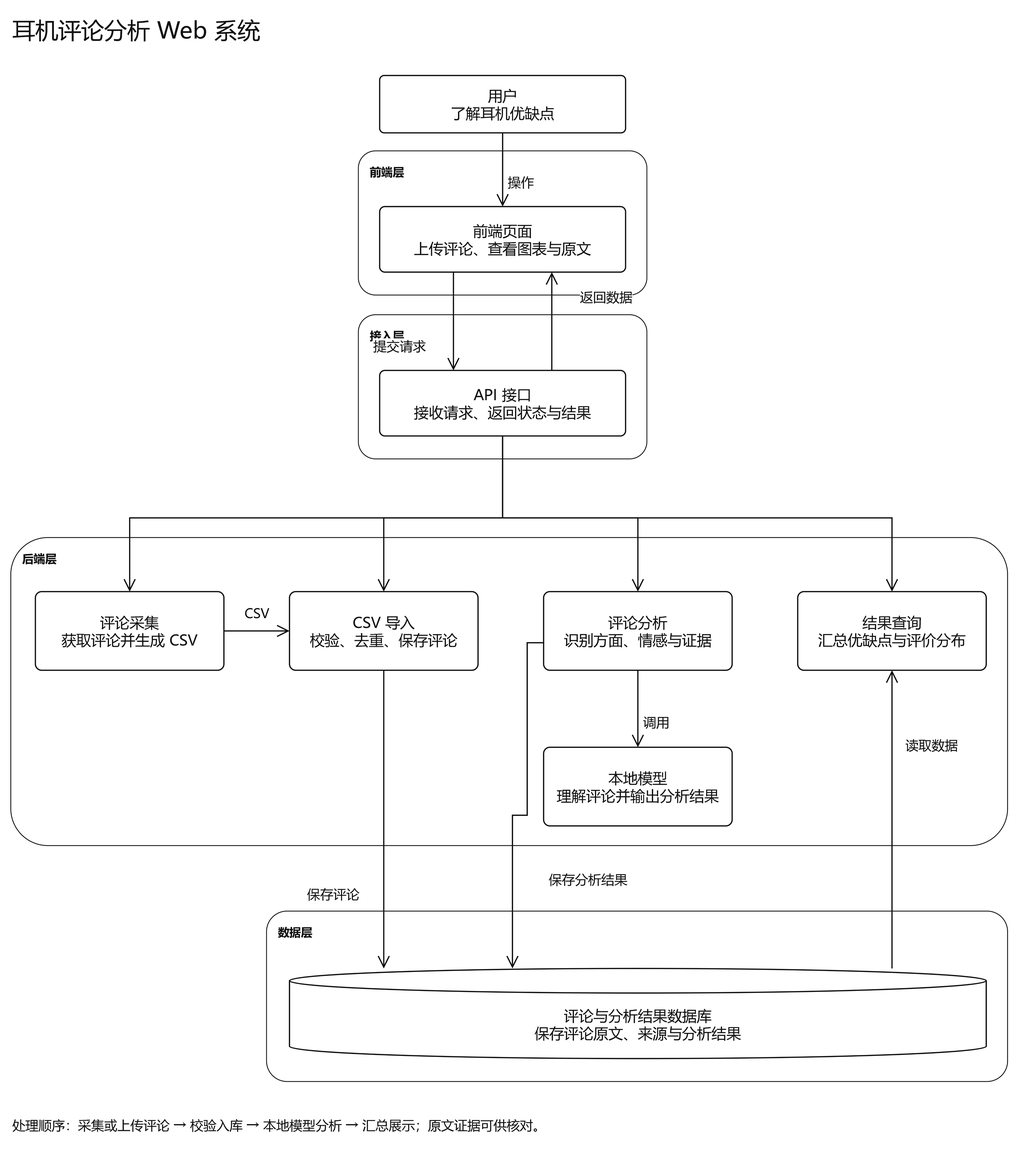
Above: ear-review/docs/架构图/Web-01-前后端与API.png in Tindra-Wang/ear-review (draw.io), before the change. Source tidied: cells renumbered, new cells last; positions are measured from the earlier drawing's top-left corner, leaving out a move shared by most shapes. The source it was exported from:
```xml
<mxGraphModel background="#FFFFFF" math="1">
  <root>
    <mxCell id="0" />
    <mxCell id="1" parent="0" />
    <mxCell id="2" style="rounded=1;arcSize=12;html=1;whiteSpace=wrap;fillColor=none;strokeColor=#111111;strokeWidth=1;fontColor=#111111;fontSize=14;fontFamily=Microsoft YaHei;fontStyle=1;verticalAlign=top;align=left;spacingLeft=12;spacingTop=10;" parent="1" vertex="1">
      <mxGeometry x="424" y="172" width="352" height="176" as="geometry" />
    </mxCell>
    <mxCell id="3" style="rounded=1;arcSize=12;html=1;whiteSpace=wrap;fillColor=none;strokeColor=#111111;strokeWidth=1;fontColor=#111111;fontSize=14;fontFamily=Microsoft YaHei;fontStyle=1;verticalAlign=top;align=left;spacingLeft=12;spacingTop=10;" parent="1" vertex="1">
      <mxGeometry x="424" y="372" width="352" height="176" as="geometry" />
    </mxCell>
    <mxCell id="4" style="rounded=1;arcSize=12;html=1;whiteSpace=wrap;fillColor=none;strokeColor=#111111;strokeWidth=1;fontColor=#111111;fontSize=14;fontFamily=Microsoft YaHei;fontStyle=1;verticalAlign=top;align=left;spacingLeft=12;spacingTop=10;" parent="1" vertex="1">
      <mxGeometry y="644" width="1216" height="376" as="geometry" />
    </mxCell>
    <mxCell id="5" style="rounded=1;arcSize=12;html=1;whiteSpace=wrap;fillColor=none;strokeColor=#111111;strokeWidth=1;fontColor=#111111;fontSize=14;fontFamily=Microsoft YaHei;fontStyle=1;verticalAlign=top;align=left;spacingLeft=12;spacingTop=10;" parent="1" vertex="1">
      <mxGeometry x="312" y="1100" width="904" height="208" as="geometry" />
    </mxCell>
    <mxCell id="6" style="text;html=1;whiteSpace=wrap;labelBackgroundColor=none;fillColor=none;strokeColor=none;strokeWidth=0;fontColor=#111111;fontSize=28;fontFamily=Microsoft YaHei;align=left;verticalAlign=top;" parent="1" vertex="1">
      <mxGeometry width="1200" height="50" as="geometry" />
    </mxCell>
    <mxCell id="7" style="rounded=1;arcSize=8;html=1;whiteSpace=wrap;fillColor=#ffffff;strokeColor=#111111;strokeWidth=1.5;fontColor=#111111;fontSize=18;fontFamily=Microsoft YaHei;verticalAlign=middle;align=center;" parent="1" vertex="1">
      <mxGeometry x="450" y="80" width="300" height="70" as="geometry" />
    </mxCell>
    <mxCell id="8" style="rounded=1;arcSize=8;html=1;whiteSpace=wrap;fillColor=#ffffff;strokeColor=#111111;strokeWidth=1.5;fontColor=#111111;fontSize=18;fontFamily=Microsoft YaHei;verticalAlign=middle;align=center;" parent="2" vertex="1">
      <mxGeometry x="26" y="68" width="300" height="80" as="geometry" />
    </mxCell>
    <mxCell id="9" style="rounded=1;arcSize=8;html=1;whiteSpace=wrap;fillColor=#ffffff;strokeColor=#111111;strokeWidth=1.5;fontColor=#111111;fontSize=18;fontFamily=Microsoft YaHei;verticalAlign=middle;align=center;" parent="3" vertex="1">
      <mxGeometry x="26" y="68" width="300" height="80" as="geometry" />
    </mxCell>
    <mxCell id="10" style="rounded=1;arcSize=8;html=1;whiteSpace=wrap;fillColor=#ffffff;strokeColor=#111111;strokeWidth=1.5;fontColor=#111111;fontSize=18;fontFamily=Microsoft YaHei;verticalAlign=middle;align=center;" parent="4" vertex="1">
      <mxGeometry x="30" y="66" width="230" height="96" as="geometry" />
    </mxCell>
    <mxCell id="11" style="rounded=1;arcSize=8;html=1;whiteSpace=wrap;fillColor=#ffffff;strokeColor=#111111;strokeWidth=1.5;fontColor=#111111;fontSize=18;fontFamily=Microsoft YaHei;verticalAlign=middle;align=center;" parent="4" vertex="1">
      <mxGeometry x="340" y="66" width="230" height="96" as="geometry" />
    </mxCell>
    <mxCell id="12" style="rounded=1;arcSize=8;html=1;whiteSpace=wrap;fillColor=#ffffff;strokeColor=#111111;strokeWidth=1.5;fontColor=#111111;fontSize=18;fontFamily=Microsoft YaHei;verticalAlign=middle;align=center;" parent="4" vertex="1">
      <mxGeometry x="650" y="66" width="230" height="96" as="geometry" />
    </mxCell>
    <mxCell id="13" style="rounded=1;arcSize=8;html=1;whiteSpace=wrap;fillColor=#ffffff;strokeColor=#111111;strokeWidth=1.5;fontColor=#111111;fontSize=18;fontFamily=Microsoft YaHei;verticalAlign=middle;align=center;" parent="4" vertex="1">
      <mxGeometry x="960" y="66" width="230" height="96" as="geometry" />
    </mxCell>
    <mxCell id="14" style="rounded=1;arcSize=8;html=1;whiteSpace=wrap;fillColor=#ffffff;strokeColor=#111111;strokeWidth=1.5;fontColor=#111111;fontSize=18;fontFamily=Microsoft YaHei;verticalAlign=middle;align=center;" parent="4" vertex="1">
      <mxGeometry x="650" y="256" width="230" height="96" as="geometry" />
    </mxCell>
    <mxCell id="15" style="shape=cylinder3;boundedLbl=1;backgroundOutline=1;size=15;html=1;whiteSpace=wrap;fillColor=#ffffff;strokeColor=#111111;strokeWidth=1.5;fontColor=#111111;fontSize=18;fontFamily=Microsoft YaHei;verticalAlign=middle;align=center;" parent="5" vertex="1">
      <mxGeometry x="28" y="70" width="850" height="110" as="geometry" />
    </mxCell>
    <mxCell id="16" style="text;html=1;whiteSpace=wrap;labelBackgroundColor=none;fillColor=none;strokeColor=none;strokeWidth=0;fontColor=#111111;fontSize=16;fontFamily=Microsoft YaHei;align=left;verticalAlign=top;" parent="1" vertex="1">
      <mxGeometry y="1345" width="1210" height="60" as="geometry" />
    </mxCell>
    <mxCell id="17" style="edgeStyle=orthogonalEdgeStyle;rounded=0;jettySize=auto;html=1;strokeColor=#111111;strokeWidth=1.5;endArrow=open;endFill=0;endSize=12;exitX=0.5;exitY=1;exitDx=0;exitDy=0;entryX=0.5;entryY=0;entryDx=0;entryDy=0;jumpStyle=arc;jumpSize=8;" parent="1" edge="1" source="7" target="8">
      <mxGeometry relative="1" as="geometry" />
    </mxCell>
    <mxCell id="18" style="edgeStyle=orthogonalEdgeStyle;rounded=0;jettySize=auto;html=1;strokeColor=#111111;strokeWidth=1.5;endArrow=open;endFill=0;endSize=12;exitX=0.3;exitY=1;exitDx=0;exitDy=0;entryX=0.3;entryY=0;entryDx=0;entryDy=0;jumpStyle=arc;jumpSize=8;" parent="1" edge="1" source="8" target="9">
      <mxGeometry relative="1" as="geometry" />
    </mxCell>
    <mxCell id="19" style="edgeStyle=orthogonalEdgeStyle;rounded=0;jettySize=auto;html=1;strokeColor=#111111;strokeWidth=1.5;endArrow=open;endFill=0;endSize=12;jumpStyle=arc;jumpSize=8;" parent="1" edge="1" source="9" target="10">
      <mxGeometry relative="1" as="geometry">
        <Array as="points">
          <mxPoint x="600" y="620" />
          <mxPoint x="145" y="620" />
        </Array>
      </mxGeometry>
    </mxCell>
    <mxCell id="20" style="edgeStyle=orthogonalEdgeStyle;rounded=0;jettySize=auto;html=1;strokeColor=#111111;strokeWidth=1.5;endArrow=open;endFill=0;endSize=12;jumpStyle=arc;jumpSize=8;" parent="1" edge="1" source="9" target="11">
      <mxGeometry relative="1" as="geometry">
        <Array as="points">
          <mxPoint x="600" y="620" />
          <mxPoint x="455" y="620" />
        </Array>
      </mxGeometry>
    </mxCell>
    <mxCell id="21" style="edgeStyle=orthogonalEdgeStyle;rounded=0;jettySize=auto;html=1;strokeColor=#111111;strokeWidth=1.5;endArrow=open;endFill=0;endSize=12;jumpStyle=arc;jumpSize=8;" parent="1" edge="1" source="9" target="12">
      <mxGeometry relative="1" as="geometry">
        <Array as="points">
          <mxPoint x="600" y="620" />
          <mxPoint x="765" y="620" />
        </Array>
      </mxGeometry>
    </mxCell>
    <mxCell id="22" style="edgeStyle=orthogonalEdgeStyle;rounded=0;jettySize=auto;html=1;strokeColor=#111111;strokeWidth=1.5;endArrow=open;endFill=0;endSize=12;jumpStyle=arc;jumpSize=8;" parent="1" edge="1" source="9" target="13">
      <mxGeometry relative="1" as="geometry">
        <Array as="points">
          <mxPoint x="600" y="620" />
          <mxPoint x="1075" y="620" />
        </Array>
      </mxGeometry>
    </mxCell>
    <mxCell id="23" style="edgeStyle=orthogonalEdgeStyle;rounded=0;jettySize=auto;html=1;strokeColor=#111111;strokeWidth=1.5;endArrow=open;endFill=0;endSize=12;exitX=0.5;exitY=1;exitDx=0;exitDy=0;entryX=0.5;entryY=0;entryDx=0;entryDy=0;jumpStyle=arc;jumpSize=8;" parent="1" edge="1" source="12" target="14">
      <mxGeometry relative="1" as="geometry" />
    </mxCell>
    <mxCell id="24" style="edgeStyle=orthogonalEdgeStyle;rounded=0;jettySize=auto;html=1;strokeColor=#111111;strokeWidth=1.5;endArrow=open;endFill=0;endSize=12;exitX=1;exitY=0.5;exitDx=0;exitDy=0;entryX=0;entryY=0.5;entryDx=0;entryDy=0;jumpStyle=arc;jumpSize=8;" parent="1" edge="1" source="10" target="11">
      <mxGeometry relative="1" as="geometry" />
    </mxCell>
    <mxCell id="25" style="edgeStyle=orthogonalEdgeStyle;rounded=0;jettySize=auto;html=1;strokeColor=#111111;strokeWidth=1.5;endArrow=open;endFill=0;endSize=12;exitX=0.5;exitY=1;exitDx=0;exitDy=0;entryX=0.13529411764705881;entryY=0;entryDx=0;entryDy=0;jumpStyle=arc;jumpSize=8;" parent="1" edge="1" source="11" target="15">
      <mxGeometry relative="1" as="geometry" />
    </mxCell>
    <mxCell id="26" style="edgeStyle=orthogonalEdgeStyle;rounded=0;jettySize=auto;html=1;strokeColor=#111111;strokeWidth=1.5;endArrow=open;endFill=0;endSize=12;exitX=0;exitY=0.65;exitDx=0;exitDy=0;entryX=0.32;entryY=0;entryDx=0;entryDy=0;jumpStyle=arc;jumpSize=8;" parent="1" edge="1" source="12" target="15">
      <mxGeometry relative="1" as="geometry" />
    </mxCell>
    <mxCell id="27" style="edgeStyle=orthogonalEdgeStyle;rounded=0;jettySize=auto;html=1;strokeColor=#111111;strokeWidth=1.5;endArrow=open;endFill=0;endSize=12;exitX=0.8647058823529412;exitY=0;exitDx=0;exitDy=0;entryX=0.5;entryY=1;entryDx=0;entryDy=0;jumpStyle=arc;jumpSize=8;" parent="1" edge="1" source="15" target="13">
      <mxGeometry relative="1" as="geometry" />
    </mxCell>
    <mxCell id="28" style="edgeStyle=orthogonalEdgeStyle;rounded=0;jettySize=auto;html=1;strokeColor=#111111;strokeWidth=1.5;endArrow=open;endFill=0;endSize=12;exitX=0.7;exitY=0;exitDx=0;exitDy=0;entryX=0.7;entryY=1;entryDx=0;entryDy=0;jumpStyle=arc;jumpSize=8;" parent="1" edge="1" source="9" target="8">
      <mxGeometry relative="1" as="geometry" />
    </mxCell>
    <mxCell id="29" value="操作" style="edgeLabel;html=1;align=center;verticalAlign=middle;fontSize=16;fontColor=#111111;fontFamily=Microsoft YaHei;" parent="17" vertex="1">
      <mxGeometry x="0.5" relative="1" as="geometry">
        <mxPoint x="22" y="-8" as="offset" />
      </mxGeometry>
    </mxCell>
    <mxCell id="30" value="提交请求" style="edgeLabel;html=1;align=center;verticalAlign=middle;fontSize=16;fontColor=#111111;fontFamily=Microsoft YaHei;" parent="18" vertex="1">
      <mxGeometry x="0.5" relative="1" as="geometry">
        <mxPoint x="-66" as="offset" />
      </mxGeometry>
    </mxCell>
    <mxCell id="31" value="调用" style="edgeLabel;html=1;align=center;verticalAlign=middle;fontSize=16;fontColor=#111111;fontFamily=Microsoft YaHei;" parent="23" vertex="1">
      <mxGeometry x="0.5" relative="1" as="geometry">
        <mxPoint x="22" y="-8" as="offset" />
      </mxGeometry>
    </mxCell>
    <mxCell id="32" value="CSV" style="edgeLabel;html=1;align=center;verticalAlign=middle;fontSize=16;fontColor=#111111;fontFamily=Microsoft YaHei;" parent="24" vertex="1">
      <mxGeometry x="0.5" relative="1" as="geometry">
        <mxPoint x="-20" y="-22" as="offset" />
      </mxGeometry>
    </mxCell>
    <mxCell id="33" value="保存评论" style="edgeLabel;html=1;align=center;verticalAlign=middle;fontSize=16;fontColor=#111111;fontFamily=Microsoft YaHei;" parent="25" vertex="1">
      <mxGeometry x="0.5" relative="1" as="geometry">
        <mxPoint x="-62" as="offset" />
      </mxGeometry>
    </mxCell>
    <mxCell id="34" value="保存分析结果" style="edgeLabel;html=1;align=center;verticalAlign=middle;fontSize=16;fontColor=#111111;fontFamily=Microsoft YaHei;" parent="26" vertex="1">
      <mxGeometry x="0.5" relative="1" as="geometry">
        <mxPoint x="92" as="offset" />
      </mxGeometry>
    </mxCell>
    <mxCell id="35" value="读取数据" style="edgeLabel;html=1;align=center;verticalAlign=middle;fontSize=16;fontColor=#111111;fontFamily=Microsoft YaHei;" parent="27" vertex="1">
      <mxGeometry x="0.5" relative="1" as="geometry">
        <mxPoint x="48" as="offset" />
      </mxGeometry>
    </mxCell>
    <mxCell id="36" value="返回数据" style="edgeLabel;html=1;align=center;verticalAlign=middle;fontSize=16;fontColor=#111111;fontFamily=Microsoft YaHei;" parent="28" vertex="1">
      <mxGeometry x="0.5" relative="1" as="geometry">
        <mxPoint x="66" as="offset" />
      </mxGeometry>
    </mxCell>
  </root>
</mxGraphModel>
```
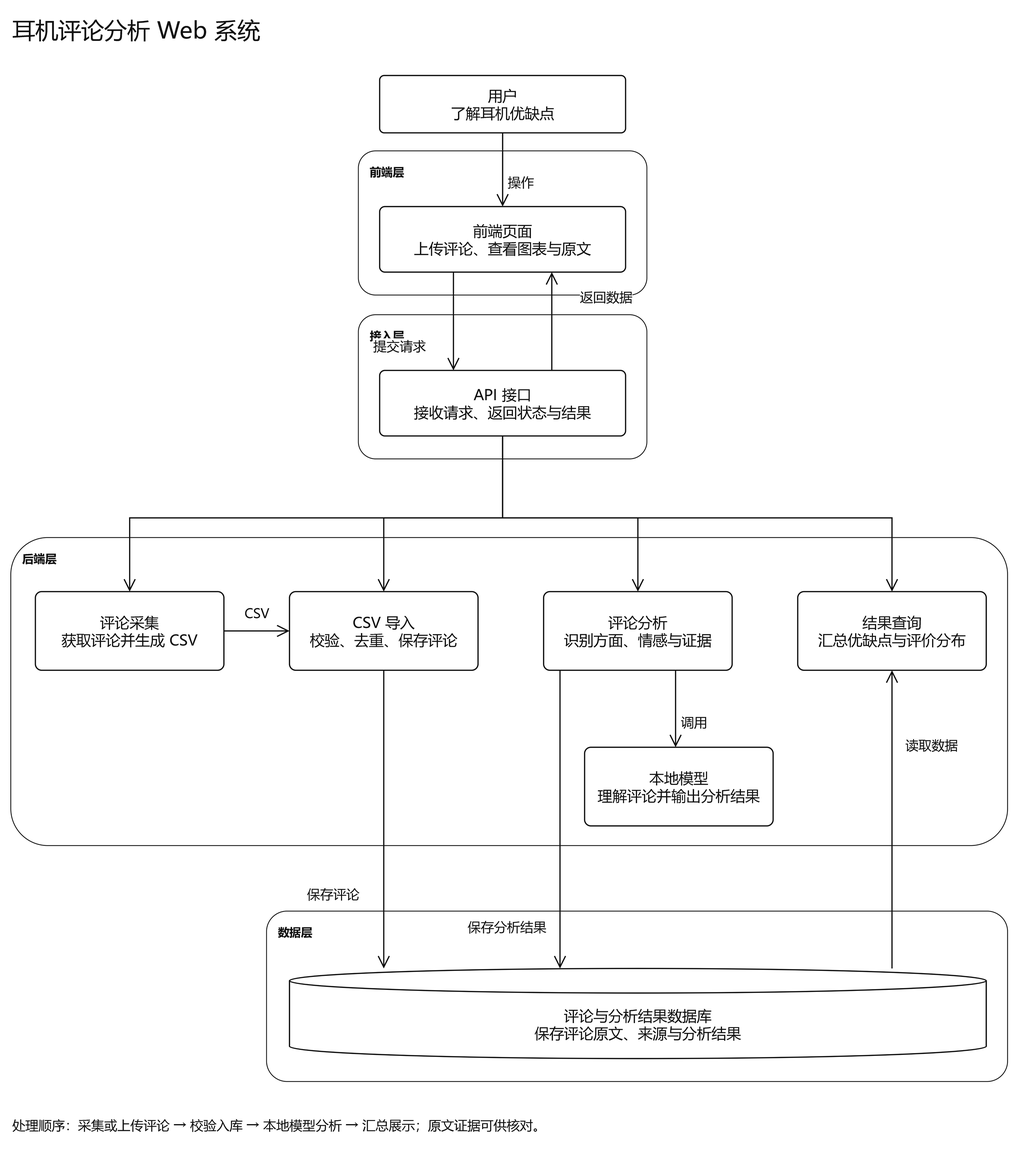
After the commit.

Diff of the diagram source:
```diff
@@ -39,7 +39,7 @@
       <mxGeometry x="960" y="66" width="230" height="96" as="geometry" />
     </mxCell>
     <mxCell id="14" style="rounded=1;arcSize=8;html=1;whiteSpace=wrap;fillColor=#ffffff;strokeColor=#111111;strokeWidth=1.5;fontColor=#111111;fontSize=18;fontFamily=Microsoft YaHei;verticalAlign=middle;align=center;" parent="4" vertex="1">
-      <mxGeometry x="650" y="256" width="230" height="96" as="geometry" />
+      <mxGeometry x="700" y="256" width="230" height="96" as="geometry" />
     </mxCell>
     <mxCell id="15" style="shape=cylinder3;boundedLbl=1;backgroundOutline=1;size=15;html=1;whiteSpace=wrap;fillColor=#ffffff;strokeColor=#111111;strokeWidth=1.5;fontColor=#111111;fontSize=18;fontFamily=Microsoft YaHei;verticalAlign=middle;align=center;" parent="5" vertex="1">
       <mxGeometry x="28" y="70" width="850" height="110" as="geometry" />
@@ -85,7 +85,7 @@
         </Array>
       </mxGeometry>
     </mxCell>
-    <mxCell id="23" style="edgeStyle=orthogonalEdgeStyle;rounded=0;jettySize=auto;html=1;strokeColor=#111111;strokeWidth=1.5;endArrow=open;endFill=0;endSize=12;exitX=0.5;exitY=1;exitDx=0;exitDy=0;entryX=0.5;entryY=0;entryDx=0;entryDy=0;jumpStyle=arc;jumpSize=8;" parent="1" edge="1" source="12" target="14">
+    <mxCell id="23" style="edgeStyle=orthogonalEdgeStyle;rounded=0;jettySize=auto;html=1;strokeColor=#111111;strokeWidth=1.5;endArrow=open;endFill=0;endSize=12;exitX=0.7;exitY=1;exitDx=0;exitDy=0;entryX=0.4826086956521739;entryY=0;entryDx=0;entryDy=0;jumpStyle=arc;jumpSize=8;" parent="1" edge="1" source="12" target="14">
       <mxGeometry relative="1" as="geometry" />
     </mxCell>
     <mxCell id="24" style="edgeStyle=orthogonalEdgeStyle;rounded=0;jettySize=auto;html=1;strokeColor=#111111;strokeWidth=1.5;endArrow=open;endFill=0;endSize=12;exitX=1;exitY=0.5;exitDx=0;exitDy=0;entryX=0;entryY=0.5;entryDx=0;entryDy=0;jumpStyle=arc;jumpSize=8;" parent="1" edge="1" source="10" target="11">
@@ -94,7 +94,7 @@
     <mxCell id="25" style="edgeStyle=orthogonalEdgeStyle;rounded=0;jettySize=auto;html=1;strokeColor=#111111;strokeWidth=1.5;endArrow=open;endFill=0;endSize=12;exitX=0.5;exitY=1;exitDx=0;exitDy=0;entryX=0.13529411764705881;entryY=0;entryDx=0;entryDy=0;jumpStyle=arc;jumpSize=8;" parent="1" edge="1" source="11" target="15">
       <mxGeometry relative="1" as="geometry" />
     </mxCell>
-    <mxCell id="26" style="edgeStyle=orthogonalEdgeStyle;rounded=0;jettySize=auto;html=1;strokeColor=#111111;strokeWidth=1.5;endArrow=open;endFill=0;endSize=12;exitX=0;exitY=0.65;exitDx=0;exitDy=0;entryX=0.32;entryY=0;entryDx=0;entryDy=0;jumpStyle=arc;jumpSize=8;" parent="1" edge="1" source="12" target="15">
+    <mxCell id="26" style="edgeStyle=orthogonalEdgeStyle;rounded=0;jettySize=auto;html=1;strokeColor=#111111;strokeWidth=1.5;endArrow=open;endFill=0;endSize=12;exitX=0.08695652173913043;exitY=1;exitDx=0;exitDy=0;entryX=0.38823529411764707;entryY=0;entryDx=0;entryDy=0;jumpStyle=arc;jumpSize=8;" parent="1" edge="1" source="12" target="15">
       <mxGeometry relative="1" as="geometry" />
     </mxCell>
     <mxCell id="27" style="edgeStyle=orthogonalEdgeStyle;rounded=0;jettySize=auto;html=1;strokeColor=#111111;strokeWidth=1.5;endArrow=open;endFill=0;endSize=12;exitX=0.8647058823529412;exitY=0;exitDx=0;exitDy=0;entryX=0.5;entryY=1;entryDx=0;entryDy=0;jumpStyle=arc;jumpSize=8;" parent="1" edge="1" source="15" target="13">
@@ -130,7 +130,7 @@
     </mxCell>
     <mxCell id="34" value="保存分析结果" style="edgeLabel;html=1;align=center;verticalAlign=middle;fontSize=16;fontColor=#111111;fontFamily=Microsoft YaHei;" parent="26" vertex="1">
       <mxGeometry x="0.5" relative="1" as="geometry">
-        <mxPoint x="92" as="offset" />
+        <mxPoint x="-65" y="40" as="offset" />
       </mxGeometry>
     </mxCell>
     <mxCell id="35" value="读取数据" style="edgeLabel;html=1;align=center;verticalAlign=middle;fontSize=16;fontColor=#111111;fontFamily=Microsoft YaHei;" parent="27" vertex="1">
```
